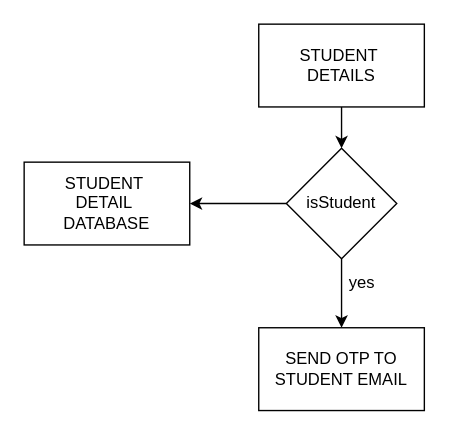
The draw.io diagram page "Authentication Flow" (2 of 3) of systemflow.drawio in abbataylor/e-voting_system, before the edit. Source tidied: cells renumbered, new cells numbered last; positions are measured from the earlier drawing's top-left corner, leaving out a move shared by most shapes. Both pictures are drawn from the tidied source at 138%, with x=0, y=0 at pixel (23, 23).
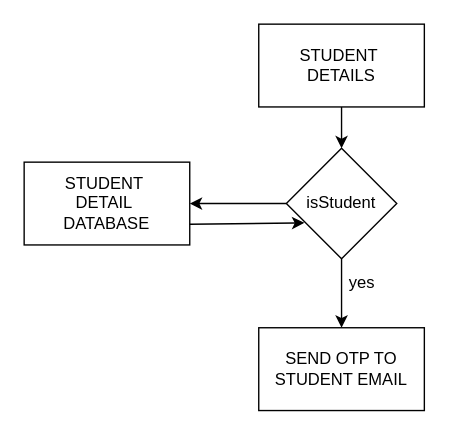
Above is the later version.

Diff of the diagram source:
```diff
@@
 <mxGraphModel>
   <root>
     <mxCell id="0" />
     <mxCell id="1" parent="0" />
     <mxCell id="2" value="STUDENT&amp;nbsp;&lt;div&gt;DETAIL&amp;nbsp;&lt;/div&gt;&lt;div&gt;DATABASE&lt;/div&gt;" style="rounded=0;whiteSpace=wrap;html=1;strokeColor=default;align=center;verticalAlign=middle;fontFamily=Helvetica;fontSize=12;fontColor=default;fillColor=default;" parent="1" vertex="1">
       <mxGeometry y="100" width="120" height="60" as="geometry" />
     </mxCell>
     <mxCell id="3" style="edgeStyle=none;html=1;exitX=0.5;exitY=1;exitDx=0;exitDy=0;fontFamily=Helvetica;fontSize=12;fontColor=default;" parent="1" edge="1" source="4" target="7">
       <mxGeometry relative="1" as="geometry" />
     </mxCell>
     <mxCell id="4" value="STUDENT&amp;nbsp;&lt;div&gt;DETAILS&lt;/div&gt;" style="rounded=0;whiteSpace=wrap;html=1;strokeColor=default;align=center;verticalAlign=middle;fontFamily=Helvetica;fontSize=12;fontColor=default;fillColor=default;" parent="1" vertex="1">
       <mxGeometry x="170" width="120" height="60" as="geometry" />
     </mxCell>
     <mxCell id="5" style="edgeStyle=none;html=1;exitX=0;exitY=0.5;exitDx=0;exitDy=0;entryX=1;entryY=0.5;entryDx=0;entryDy=0;fontFamily=Helvetica;fontSize=12;fontColor=default;" parent="1" edge="1" source="7" target="2">
       <mxGeometry relative="1" as="geometry" />
     </mxCell>
     <mxCell id="6" style="edgeStyle=none;html=1;exitX=0.5;exitY=1;exitDx=0;exitDy=0;fontFamily=Helvetica;fontSize=12;fontColor=default;" parent="1" edge="1" source="7" target="8">
       <mxGeometry relative="1" as="geometry" />
     </mxCell>
     <mxCell id="7" value="isStudent" style="rhombus;whiteSpace=wrap;html=1;strokeColor=default;align=center;verticalAlign=middle;fontFamily=Helvetica;fontSize=12;fontColor=default;fillColor=default;" parent="1" vertex="1">
       <mxGeometry x="190" y="90" width="80" height="80" as="geometry" />
     </mxCell>
     <mxCell id="8" value="SEND OTP TO STUDENT EMAIL" style="rounded=0;whiteSpace=wrap;html=1;strokeColor=default;align=center;verticalAlign=middle;fontFamily=Helvetica;fontSize=12;fontColor=default;fillColor=default;" parent="1" vertex="1">
       <mxGeometry x="170" y="220" width="120" height="60" as="geometry" />
     </mxCell>
     <mxCell id="9" value="yes" style="text;html=1;align=center;verticalAlign=middle;whiteSpace=wrap;rounded=0;fontFamily=Helvetica;fontSize=12;fontColor=default;" parent="1" vertex="1">
       <mxGeometry x="215" y="173" width="60" height="30" as="geometry" />
     </mxCell>
+    <mxCell id="10" style="edgeStyle=none;html=1;exitX=1;exitY=0.75;exitDx=0;exitDy=0;entryX=0.163;entryY=0.675;entryDx=0;entryDy=0;entryPerimeter=0;" parent="1" edge="1" source="2" target="7">
+      <mxGeometry relative="1" as="geometry" />
+    </mxCell>
   </root>
 </mxGraphModel>
```
